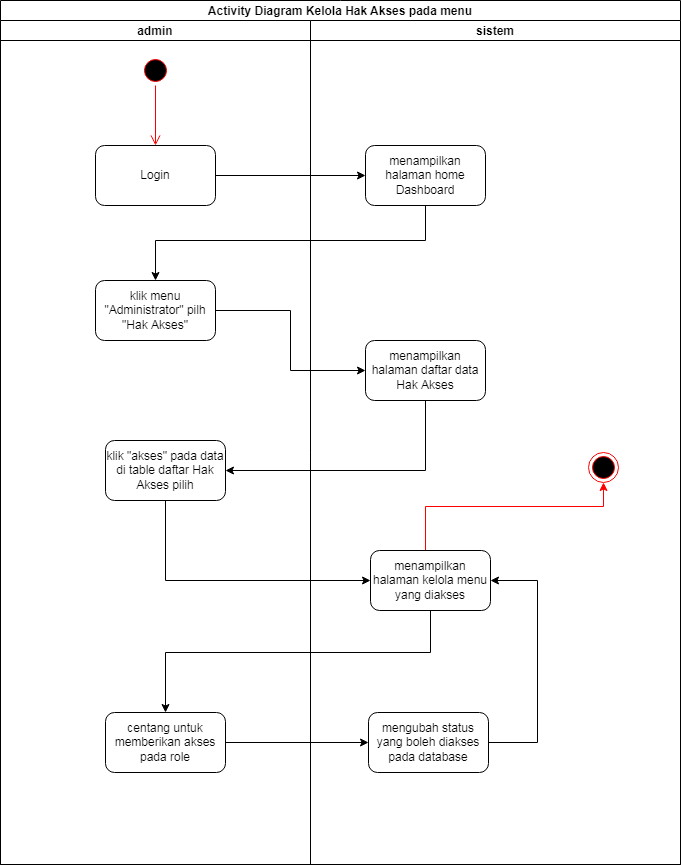
Earlier version of the draw.io export SKRIPSI/UML/2. ACTIVITY/ROLE ACCSESS/AKSES.png (Rusadi-0/KULIAH). Source tidied: cells renumbered, new cells last; positions are measured from the earlier drawing's top-left corner, leaving out a move shared by most shapes.
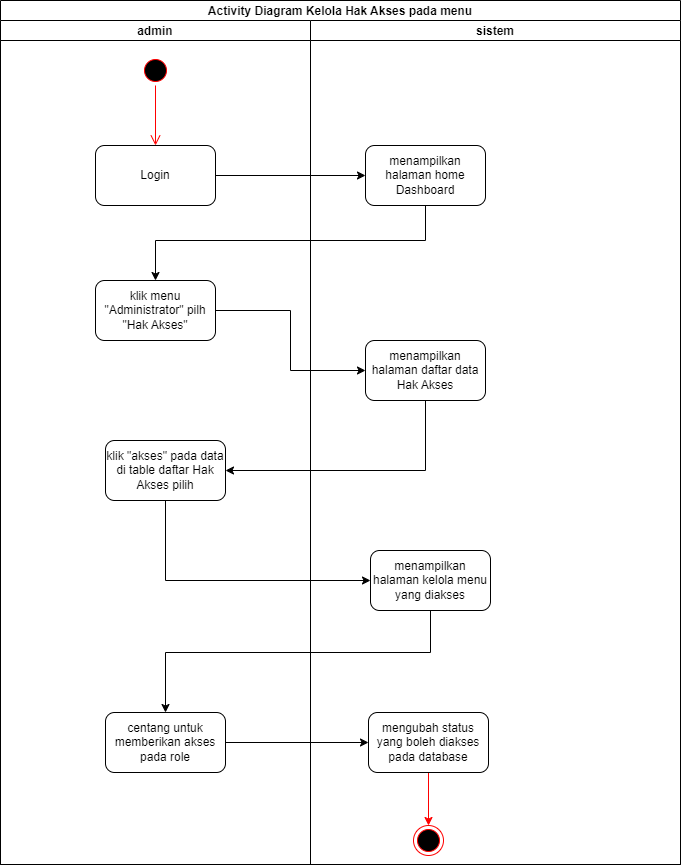
Later version of the same file.

Diff of the diagram source:
```diff
@@ -32,32 +32,18 @@
     <mxCell id="11" value="menampilkan halaman home Dashboard" style="rounded=1;whiteSpace=wrap;html=1;" parent="10" vertex="1">
       <mxGeometry x="55" y="125" width="120" height="60" as="geometry" />
     </mxCell>
-    <mxCell id="12" style="edgeStyle=orthogonalEdgeStyle;rounded=0;jettySize=auto;html=1;strokeColor=#FF0000;exitX=0.5;exitY=0;exitDx=0;exitDy=0;" parent="10" edge="1" source="15" target="14">
-      <mxGeometry relative="1" as="geometry">
-        <Array as="points">
-          <mxPoint x="115" y="530" />
-          <mxPoint x="115" y="486" />
-          <mxPoint x="293" y="486" />
-        </Array>
-      </mxGeometry>
-    </mxCell>
     <mxCell id="13" value="menampilkan halaman daftar data Hak Akses" style="rounded=1;whiteSpace=wrap;html=1;" parent="10" vertex="1">
       <mxGeometry x="55" y="320" width="120" height="60" as="geometry" />
     </mxCell>
-    <mxCell id="14" style="ellipse;html=1;shape=endState;fillColor=#000000;strokeColor=#ff0000;" parent="10" vertex="1">
-      <mxGeometry x="278" y="432" width="30" height="30" as="geometry" />
+    <mxCell id="14" style="ellipse;html=1;shape=endState;fillColor=#000000;strokeColor=#FF0000;" parent="10" vertex="1">
+      <mxGeometry x="103" y="805" width="30" height="30" as="geometry" />
     </mxCell>
     <mxCell id="15" value="menampilkan halaman kelola menu yang diakses" style="rounded=1;whiteSpace=wrap;html=1;" parent="10" vertex="1">
       <mxGeometry x="60" y="530" width="120" height="60" as="geometry" />
     </mxCell>
-    <mxCell id="16" style="edgeStyle=orthogonalEdgeStyle;rounded=0;jettySize=auto;html=1;entryX=1;entryY=0.5;entryDx=0;entryDy=0;" parent="10" edge="1" source="17" target="15">
-      <mxGeometry relative="1" as="geometry">
-        <Array as="points">
-          <mxPoint x="227" y="722" />
-          <mxPoint x="227" y="560" />
-        </Array>
-      </mxGeometry>
-    </mxCell>
+    <mxCell id="25" style="edgeStyle=orthogonalEdgeStyle;rounded=0;jettySize=auto;html=1;strokeColor=#FF0000;" parent="10" edge="1" source="17" target="14">
+      <mxGeometry relative="1" as="geometry" />
+    </mxCell>
     <mxCell id="17" value="mengubah status yang boleh diakses pada database" style="rounded=1;whiteSpace=wrap;html=1;" parent="10" vertex="1">
       <mxGeometry x="58" y="692" width="120" height="60" as="geometry" />
     </mxCell>
```
